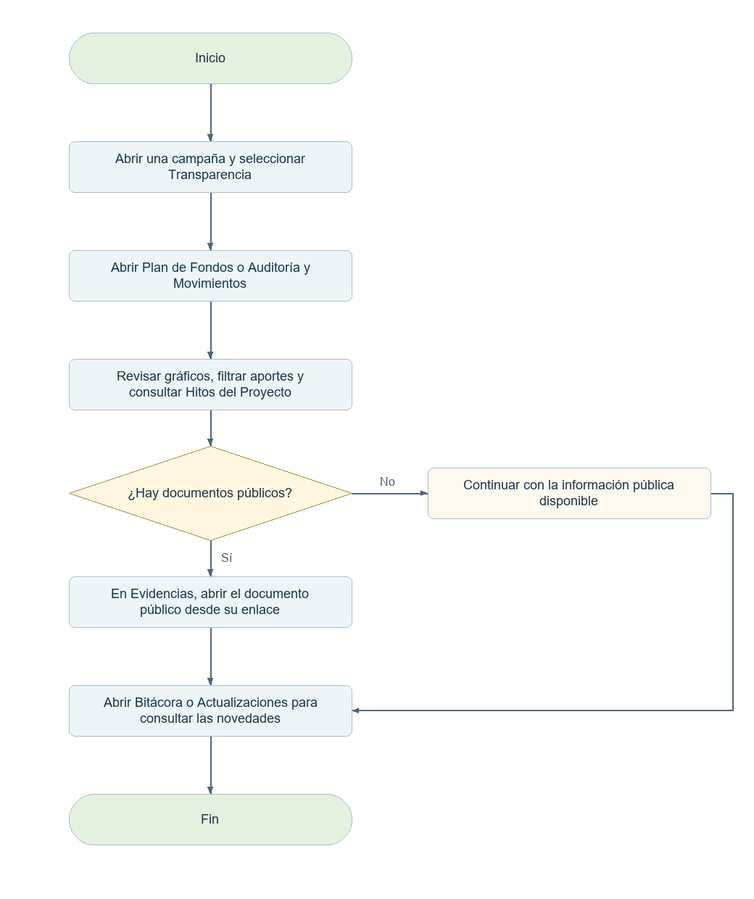
Above: docs/diagramas-web/png/V06.png in elingeyesdev/t3-crowdfunding-inversion (Mermaid), before the change. Its source is kept beside it as docs/diagramas-web/mermaid/V06.mmd. The source it was exported from:
```mermaid
flowchart TD
  N0(["Inicio"])
  N0 --> N1
  N1["Abrir una campaña y seleccionar Transparencia"]
  N1 --> N2
  N2["Abrir Plan de Fondos o Auditoría y Movimientos"]
  N2 --> N3
  N3["Revisar gráficos, filtrar aportes y consultar Hitos del Proyecto"]
  N3 --> N4
  N4{"¿Hay documentos públicos?"}
  N4 -->|"Sí"| N5
  B4["Continuar con la información pública disponible"]
  N4 -->|"No"| B4
  B4 --> N6
  N5["En Evidencias, abrir el documento público desde su enlace"]
  N5 --> N6
  N6["Abrir Bitácora o Actualizaciones para consultar las novedades"]
  N6 --> N7
  N7(["Fin"])
```
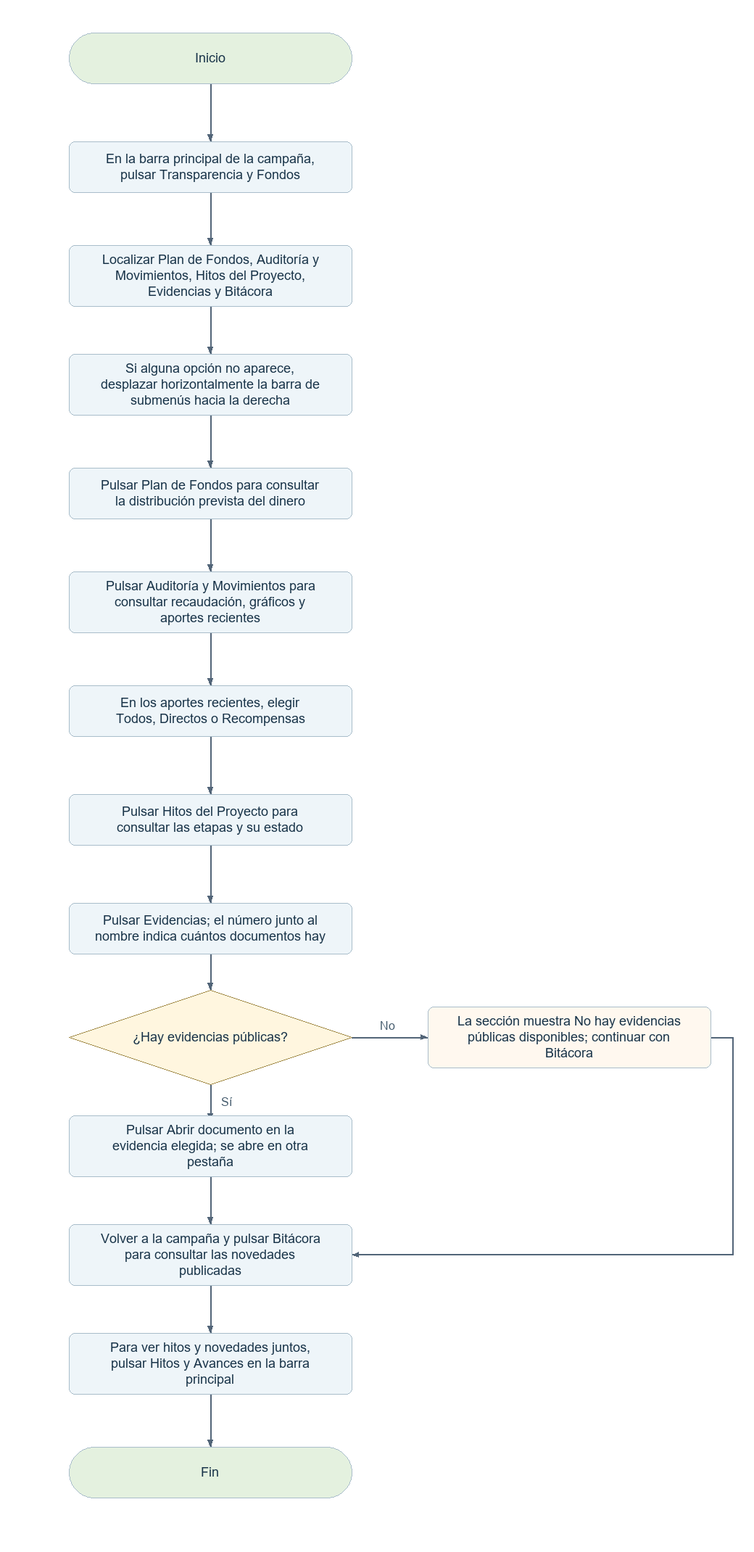
After the change.

Change to the diagram source:
```diff
@@ -1,19 +1,31 @@
 flowchart TD
   N0(["Inicio"])
   N0 --> N1
-  N1["Abrir una campaña y seleccionar Transparencia"]
+  N1["En la barra principal de la campaña, pulsar Transparencia y Fondos"]
   N1 --> N2
-  N2["Abrir Plan de Fondos o Auditoría y Movimientos"]
+  N2["Localizar Plan de Fondos, Auditoría y Movimientos, Hitos del Proyecto, Evidencias y Bitácora"]
   N2 --> N3
-  N3["Revisar gráficos, filtrar aportes y consultar Hitos del Proyecto"]
+  N3["Si alguna opción no aparece, desplazar horizontalmente la barra de submenús hacia la derecha"]
   N3 --> N4
-  N4{"¿Hay documentos públicos?"}
-  N4 -->|"Sí"| N5
-  B4["Continuar con la información pública disponible"]
-  N4 -->|"No"| B4
-  B4 --> N6
-  N5["En Evidencias, abrir el documento público desde su enlace"]
+  N4["Pulsar Plan de Fondos para consultar la distribución prevista del dinero"]
+  N4 --> N5
+  N5["Pulsar Auditoría y Movimientos para consultar recaudación, gráficos y aportes recientes"]
   N5 --> N6
-  N6["Abrir Bitácora o Actualizaciones para consultar las novedades"]
+  N6["En los aportes recientes, elegir Todos, Directos o Recompensas"]
   N6 --> N7
-  N7(["Fin"])
+  N7["Pulsar Hitos del Proyecto para consultar las etapas y su estado"]
+  N7 --> N8
+  N8["Pulsar Evidencias; el número junto al nombre indica cuántos documentos hay"]
+  N8 --> N9
+  N9{"¿Hay evidencias públicas?"}
+  N9 -->|"Sí"| N10
+  B9["La sección muestra No hay evidencias públicas disponibles; continuar con Bitácora"]
+  N9 -->|"No"| B9
+  B9 --> N11
+  N10["Pulsar Abrir documento en la evidencia elegida; se abre en otra pestaña"]
+  N10 --> N11
+  N11["Volver a la campaña y pulsar Bitácora para consultar las novedades publicadas"]
+  N11 --> N12
+  N12["Para ver hitos y novedades juntos, pulsar Hitos y Avances en la barra principal"]
+  N12 --> N13
+  N13(["Fin"])
```
